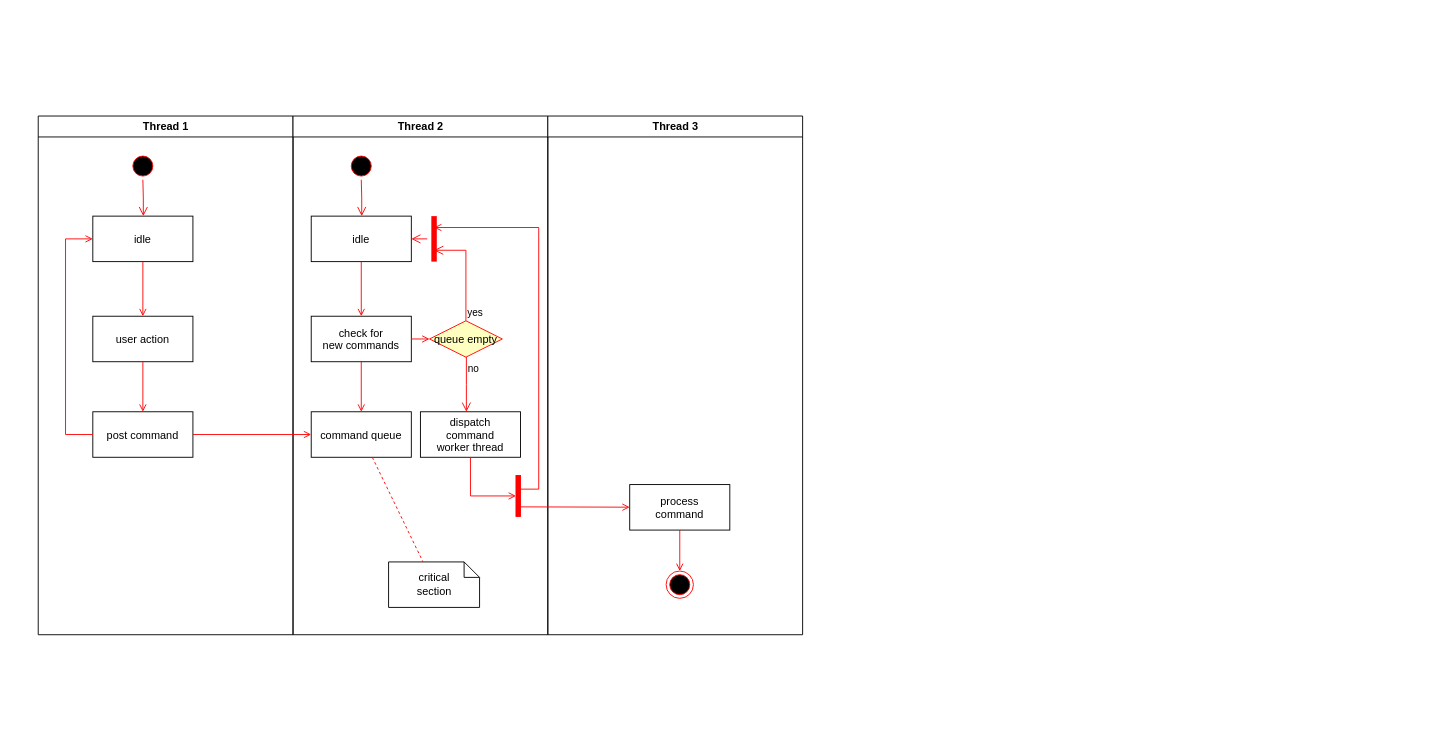
Before: Activity Diagram.drawio in AhmedGamal-Gemy/Hypermarket-Management-System, a draw.io diagram. Source tidied: cells renumbered, new cells numbered last; positions are measured from the earlier drawing's top-left corner, leaving out a move shared by most shapes. Both pictures are drawn from the tidied source at 91%, with x=0, y=0 at pixel (37, 116).
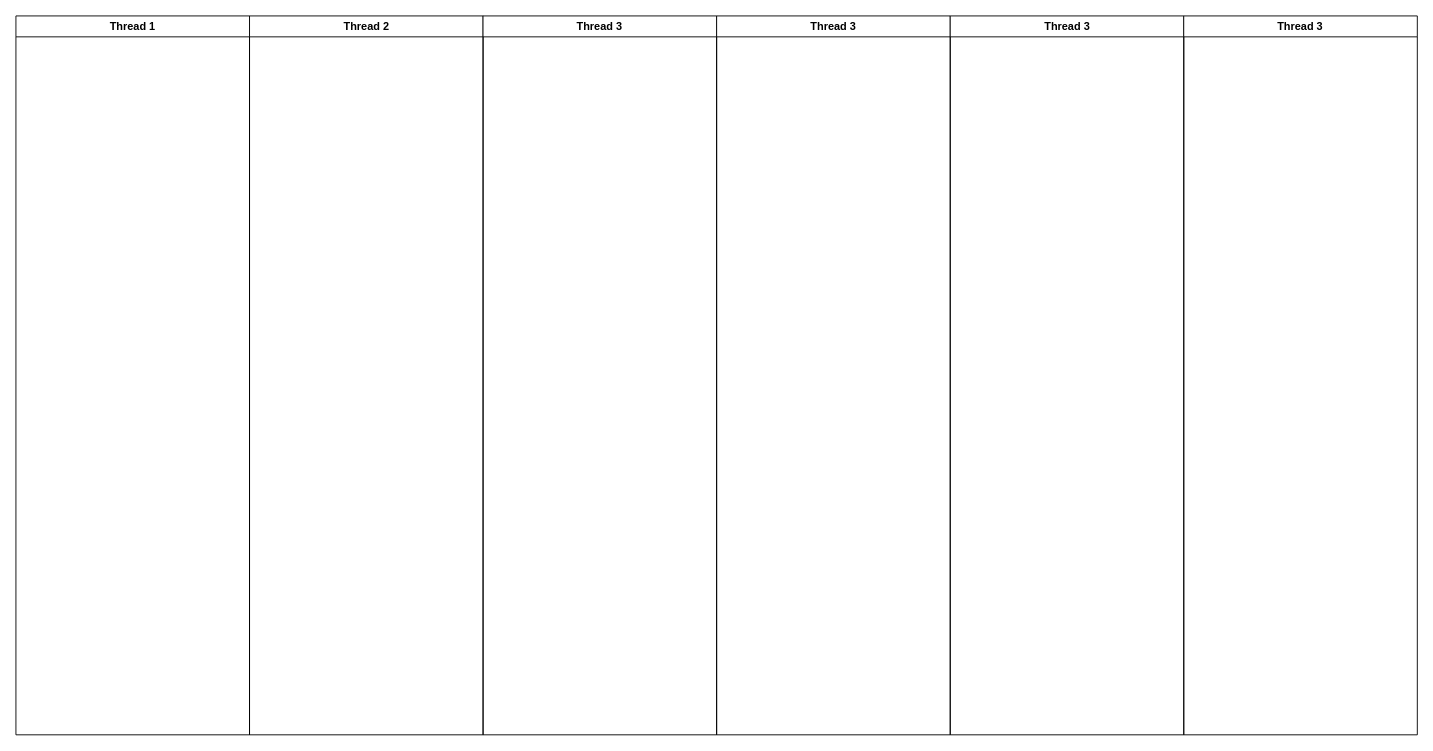
The same page after the edit.

What changed in the source:
```diff
@@
+    <mxCell id="37" style="group;" parent="1" vertex="1">
+      <mxGeometry x="-24" y="-110" width="1540" height="790" as="geometry" />
+    </mxCell>
+    <mxCell id="38" style="group;" parent="37" vertex="1">
+      <mxGeometry width="770" height="790" as="geometry" />
+    </mxCell>
-    <mxCell id="2" value="Thread 1" style="swimlane;whiteSpace=wrap;" parent="1" vertex="1">
-      <mxGeometry x="0.5" width="280" height="570" as="geometry" />
+    <mxCell id="2" value="Thread 1" style="swimlane;whiteSpace=wrap;" parent="38" vertex="1">
+      <mxGeometry width="256.7" height="790" as="geometry" />
     </mxCell>
-    <mxCell id="3" style="ellipse;shape=startState;fillColor=#000000;strokeColor=#ff0000;" parent="2" vertex="1">
-      <mxGeometry x="100" y="40" width="30" height="30" as="geometry" />
-    </mxCell>
-    <mxCell id="4" style="edgeStyle=elbowEdgeStyle;elbow=horizontal;verticalAlign=bottom;endArrow=open;endSize=8;strokeColor=#FF0000;endFill=1;rounded=0;" parent="2" edge="1" source="3" target="5">
-      <mxGeometry x="100" y="40" as="geometry" />
-    </mxCell>
-    <mxCell id="5" value="idle" parent="2" vertex="1">
-      <mxGeometry x="60" y="110" width="110" height="50" as="geometry" />
-    </mxCell>
-    <mxCell id="6" value="user action" parent="2" vertex="1">
-      <mxGeometry x="60" y="220" width="110" height="50" as="geometry" />
-    </mxCell>
-    <mxCell id="7" style="endArrow=open;strokeColor=#FF0000;endFill=1;rounded=0;" parent="2" edge="1" source="5" target="6">
-      <mxGeometry relative="1" as="geometry" />
-    </mxCell>
-    <mxCell id="8" value="post command" parent="2" vertex="1">
-      <mxGeometry x="60" y="325" width="110" height="50" as="geometry" />
-    </mxCell>
-    <mxCell id="9" style="endArrow=open;strokeColor=#FF0000;endFill=1;rounded=0;" parent="2" edge="1" source="6" target="8">
-      <mxGeometry relative="1" as="geometry" />
-    </mxCell>
-    <mxCell id="10" style="edgeStyle=elbowEdgeStyle;elbow=horizontal;strokeColor=#FF0000;endArrow=open;endFill=1;rounded=0;" parent="2" edge="1" source="8" target="5">
-      <mxGeometry relative="1" as="geometry">
-        <Array as="points">
-          <mxPoint x="30" y="250" />
-        </Array>
-      </mxGeometry>
-    </mxCell>
-    <mxCell id="11" value="Thread 2" style="swimlane;whiteSpace=wrap;" parent="1" vertex="1">
-      <mxGeometry x="280.5" width="280" height="570" as="geometry" />
+    <mxCell id="11" value="Thread 2" style="swimlane;whiteSpace=wrap;" parent="38" vertex="1">
+      <mxGeometry x="256.7" width="256.7" height="790" as="geometry" />
     </mxCell>
-    <mxCell id="12" style="ellipse;shape=startState;fillColor=#000000;strokeColor=#ff0000;" parent="11" vertex="1">
-      <mxGeometry x="60" y="40" width="30" height="30" as="geometry" />
-    </mxCell>
-    <mxCell id="13" style="edgeStyle=elbowEdgeStyle;elbow=horizontal;verticalAlign=bottom;endArrow=open;endSize=8;strokeColor=#FF0000;endFill=1;rounded=0;" parent="11" edge="1" source="12" target="14">
-      <mxGeometry x="40" y="20" as="geometry" />
-    </mxCell>
-    <mxCell id="14" value="idle" parent="11" vertex="1">
-      <mxGeometry x="20" y="110" width="110" height="50" as="geometry" />
-    </mxCell>
-    <mxCell id="15" value="check for &#10;new commands" parent="11" vertex="1">
-      <mxGeometry x="20" y="220" width="110" height="50" as="geometry" />
-    </mxCell>
-    <mxCell id="16" style="endArrow=open;strokeColor=#FF0000;endFill=1;rounded=0;" parent="11" edge="1" source="14" target="15">
-      <mxGeometry relative="1" as="geometry" />
-    </mxCell>
-    <mxCell id="17" value="command queue" parent="11" vertex="1">
-      <mxGeometry x="20" y="325" width="110" height="50" as="geometry" />
-    </mxCell>
-    <mxCell id="18" style="endArrow=open;strokeColor=#FF0000;endFill=1;rounded=0;" parent="11" edge="1" source="15" target="17">
-      <mxGeometry relative="1" as="geometry" />
-    </mxCell>
-    <mxCell id="19" value="queue empty" style="rhombus;fillColor=#ffffc0;strokeColor=#ff0000;" parent="11" vertex="1">
-      <mxGeometry x="150" y="225" width="80" height="40" as="geometry" />
-    </mxCell>
-    <mxCell id="20" value="yes" style="edgeStyle=elbowEdgeStyle;elbow=horizontal;align=left;verticalAlign=bottom;endArrow=open;endSize=8;strokeColor=#FF0000;exitX=0.5;exitY=0;endFill=1;rounded=0;entryX=0.75;entryY=0.5;entryPerimeter=0;" parent="11" edge="1" source="19" target="23">
-      <mxGeometry x="-1" relative="1" as="geometry">
-        <Array as="points">
-          <mxPoint x="190" y="180" />
-        </Array>
-      </mxGeometry>
-    </mxCell>
-    <mxCell id="21" value="no" style="edgeStyle=elbowEdgeStyle;elbow=horizontal;align=left;verticalAlign=top;endArrow=open;endSize=8;strokeColor=#FF0000;endFill=1;rounded=0;" parent="11" edge="1" source="19" target="25">
-      <mxGeometry x="-1" relative="1" as="geometry" />
-    </mxCell>
-    <mxCell id="22" style="endArrow=open;strokeColor=#FF0000;endFill=1;rounded=0;" parent="11" edge="1" source="15" target="19">
-      <mxGeometry relative="1" as="geometry" />
-    </mxCell>
-    <mxCell id="23" style="shape=line;strokeWidth=6;strokeColor=#ff0000;rotation=90;" parent="11" vertex="1">
-      <mxGeometry x="130" y="127.5" width="50" height="15" as="geometry" />
-    </mxCell>
-    <mxCell id="24" style="edgeStyle=elbowEdgeStyle;elbow=horizontal;verticalAlign=bottom;endArrow=open;endSize=8;strokeColor=#FF0000;endFill=1;rounded=0;" parent="11" edge="1" source="23" target="14">
-      <mxGeometry x="130" y="90" as="geometry" />
-    </mxCell>
-    <mxCell id="25" value="dispatch&#10;command&#10;worker thread" parent="11" vertex="1">
-      <mxGeometry x="140" y="325" width="110" height="50" as="geometry" />
-    </mxCell>
-    <mxCell id="26" value="critical&#10;section" style="shape=note;whiteSpace=wrap;size=17;" parent="11" vertex="1">
-      <mxGeometry x="105" y="490" width="100" height="50" as="geometry" />
-    </mxCell>
-    <mxCell id="27" style="endArrow=none;strokeColor=#FF0000;endFill=0;rounded=0;dashed=1;" parent="11" edge="1" source="17" target="26">
-      <mxGeometry relative="1" as="geometry" />
-    </mxCell>
-    <mxCell id="28" style="whiteSpace=wrap;strokeColor=#FF0000;fillColor=#FF0000;" parent="11" vertex="1">
-      <mxGeometry x="245" y="395" width="5" height="45" as="geometry" />
-    </mxCell>
-    <mxCell id="29" style="edgeStyle=elbowEdgeStyle;elbow=horizontal;entryX=0;entryY=0.5;strokeColor=#FF0000;endArrow=open;endFill=1;rounded=0;" parent="11" edge="1" source="25" target="28">
-      <mxGeometry relative="1" as="geometry">
-        <Array as="points">
-          <mxPoint x="195" y="400" />
-        </Array>
-      </mxGeometry>
-    </mxCell>
-    <mxCell id="30" value="Thread 3" style="swimlane;whiteSpace=wrap;" parent="1" vertex="1">
-      <mxGeometry x="560.5" width="280" height="570" as="geometry" />
+    <mxCell id="30" value="Thread 3" style="swimlane;whiteSpace=wrap;" parent="38" vertex="1">
+      <mxGeometry x="513.3" width="256.7" height="790" as="geometry" />
     </mxCell>
-    <mxCell id="31" value="process&#10;command" parent="30" vertex="1">
-      <mxGeometry x="90" y="405" width="110" height="50" as="geometry" />
-    </mxCell>
-    <mxCell id="32" style="edgeStyle=elbowEdgeStyle;elbow=horizontal;strokeColor=#FF0000;endArrow=open;endFill=1;rounded=0;entryX=0.25;entryY=0.5;entryPerimeter=0;" parent="30" edge="1" target="23">
-      <mxGeometry relative="1" as="geometry">
-        <mxPoint x="-30" y="410" as="sourcePoint" />
-        <Array as="points">
-          <mxPoint x="-10" y="135" />
-        </Array>
-      </mxGeometry>
-    </mxCell>
-    <mxCell id="33" style="edgeStyle=none;strokeColor=#FF0000;endArrow=open;endFill=1;rounded=0;" parent="30" edge="1" target="31">
-      <mxGeometry relative="1" as="geometry">
-        <mxPoint x="-30" y="429.5" as="sourcePoint" />
-      </mxGeometry>
-    </mxCell>
-    <mxCell id="34" style="ellipse;shape=endState;fillColor=#000000;strokeColor=#ff0000;" parent="30" vertex="1">
-      <mxGeometry x="130" y="500" width="30" height="30" as="geometry" />
-    </mxCell>
-    <mxCell id="35" style="endArrow=open;strokeColor=#FF0000;endFill=1;rounded=0;" parent="30" edge="1" source="31" target="34">
-      <mxGeometry relative="1" as="geometry" />
-    </mxCell>
-    <mxCell id="36" style="endArrow=open;strokeColor=#FF0000;endFill=1;rounded=0;" parent="1" edge="1" source="8" target="17">
-      <mxGeometry relative="1" as="geometry" />
-    </mxCell>
+    <mxCell id="39" value="Thread 3" style="swimlane;whiteSpace=wrap;" parent="37" vertex="1">
+      <mxGeometry x="770" width="256.7" height="790" as="geometry" />
+    </mxCell>
+    <mxCell id="40" value="Thread 3" style="swimlane;whiteSpace=wrap;" parent="37" vertex="1">
+      <mxGeometry x="1026.7" width="256.7" height="790" as="geometry" />
+    </mxCell>
+    <mxCell id="41" value="Thread 3" style="swimlane;whiteSpace=wrap;" parent="37" vertex="1">
+      <mxGeometry x="1283.3" width="256.7" height="790" as="geometry" />
+    </mxCell>
```
